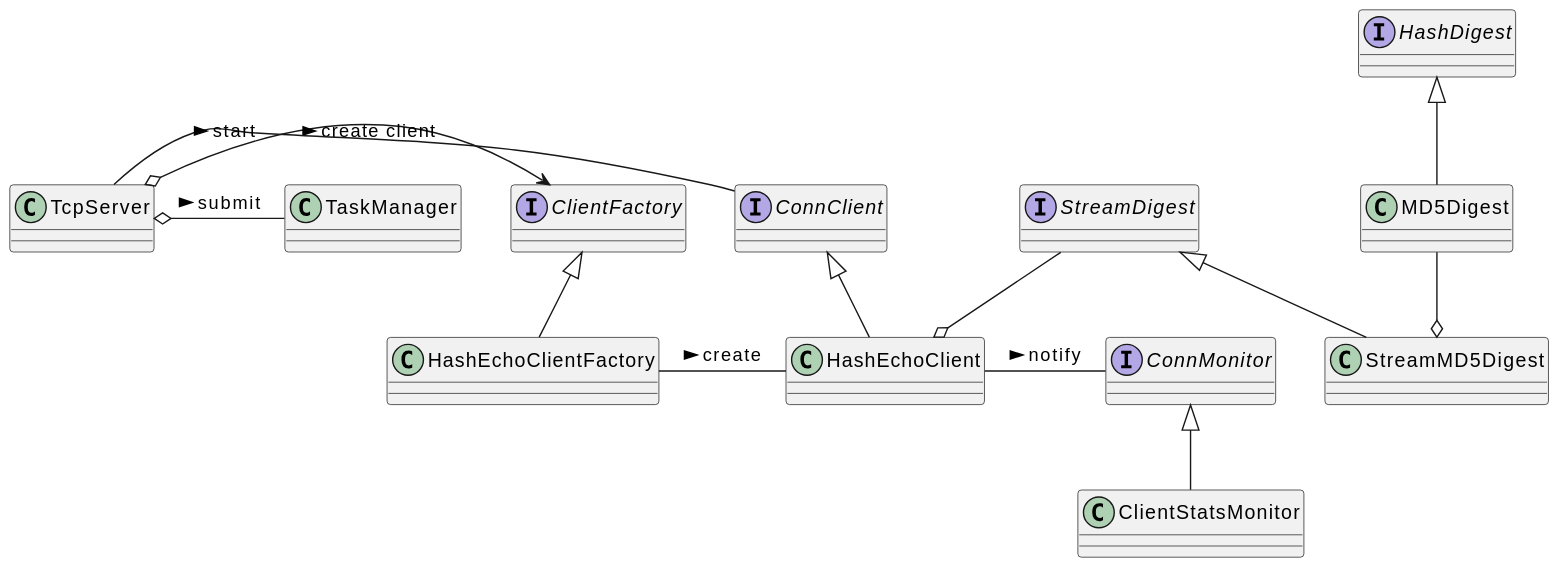
The PlantUML diagram src/tserver_classes.svg in VadimZy/tnetserver, before a commit.
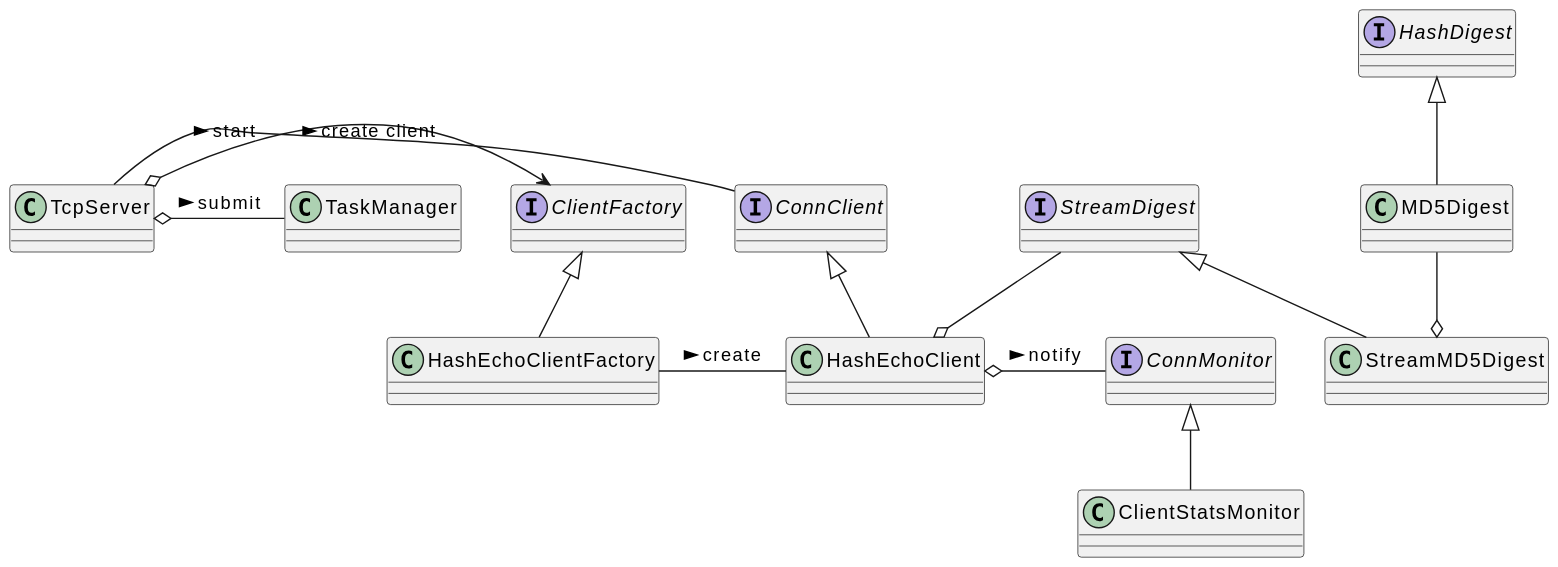
The same diagram one commit later.

Change to the diagram source:
```diff
@@ -27,5 +27,5 @@
 MD5Digest --o StreamMD5Digest
 StreamDigest --o HashEchoClient
 HashEchoClientFactory - HashEchoClient : > create
-HashEchoClient - ConnMonitor : > notify
+HashEchoClient o- ConnMonitor : > notify
 @enduml
```
